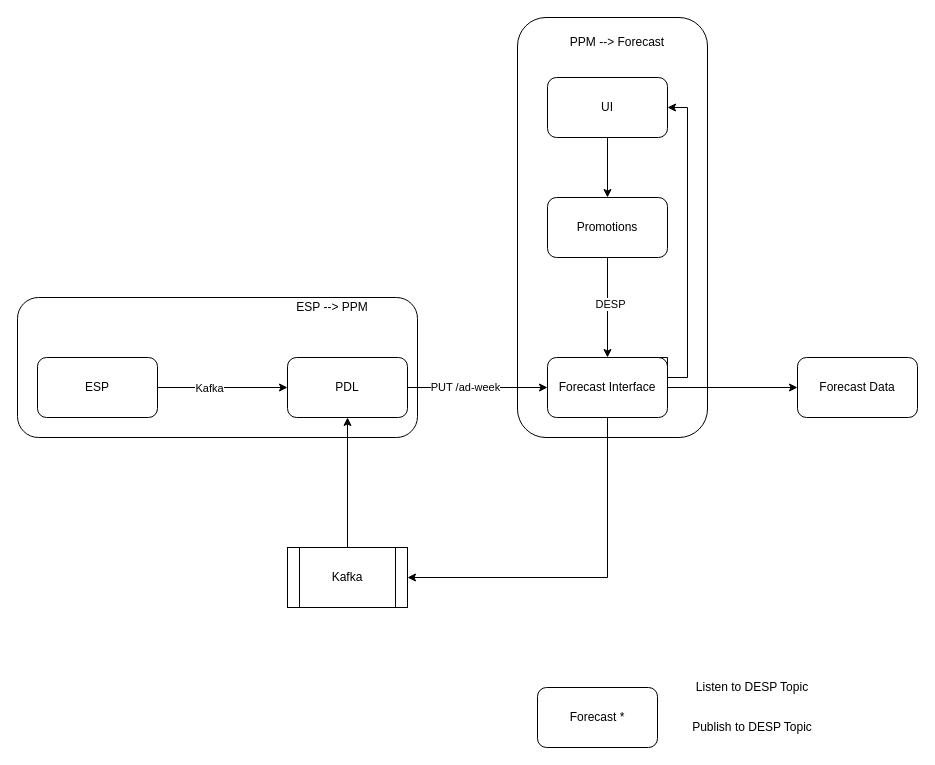
This is page "Sync Back" (6 of 6) of kroger.drawio from aayush-tuladhar-kr/drawio, a draw.io file, before an edit. Source tidied: cells renumbered, new cells numbered last; positions are measured from the earlier drawing's top-left corner, leaving out a move shared by most shapes. Both pictures are drawn from the tidied source at 100%, with x=0, y=0 at pixel (17, 17).
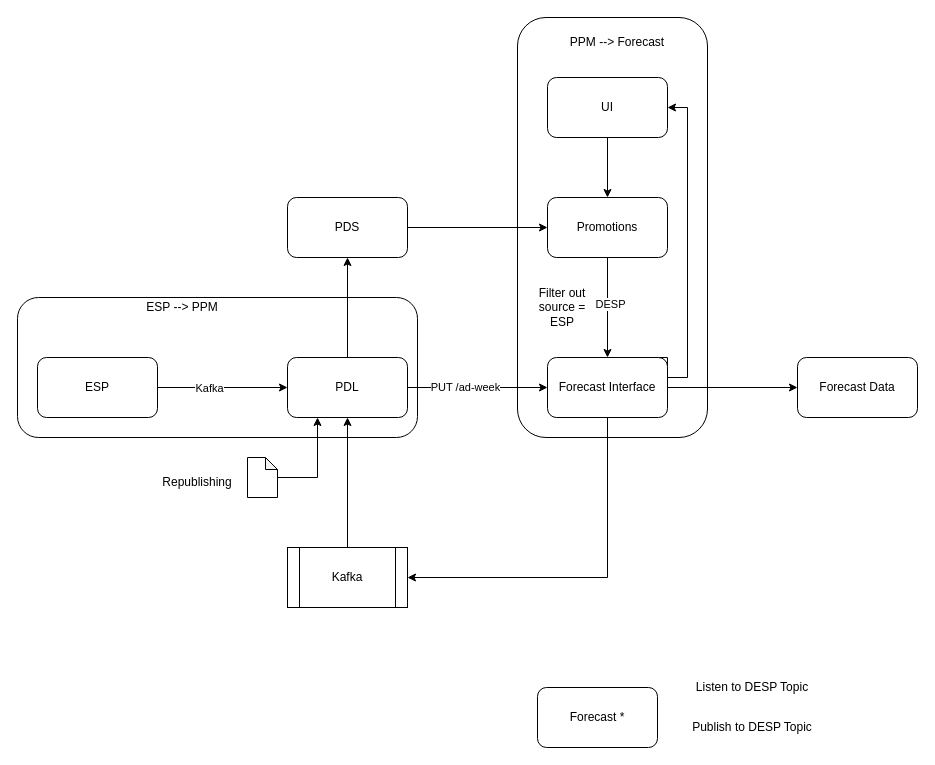
The same page after the edit.

The change refers to these unchanged cells:
```xml
<mxCell id="9" value="PDL" style="rounded=1;whiteSpace=wrap;html=1;" parent="1" vertex="1">
  <mxGeometry x="270" y="340" width="120" height="60" as="geometry" />
</mxCell>
<mxCell id="16" value="Promotions" style="rounded=1;whiteSpace=wrap;html=1;" parent="1" vertex="1">
  <mxGeometry x="530" y="180" width="120" height="60" as="geometry" />
</mxCell>
```

Change to the diagram source:
```diff
@@
+    <mxCell id="27" style="edgeStyle=orthogonalEdgeStyle;rounded=0;jettySize=auto;html=1;" parent="1" edge="1" source="9" target="29">
+      <mxGeometry relative="1" as="geometry" />
+    </mxCell>
@@
     <mxCell id="18" value="ESP --&amp;gt; PPM" style="text;html=1;align=center;verticalAlign=middle;whiteSpace=wrap;rounded=0;" parent="1" vertex="1">
-      <mxGeometry x="250" y="280" width="130" height="20" as="geometry" />
+      <mxGeometry x="100" y="280" width="130" height="20" as="geometry" />
     </mxCell>
@@
+    <mxCell id="28" style="edgeStyle=orthogonalEdgeStyle;rounded=0;jettySize=auto;html=1;" parent="1" edge="1" source="29" target="16">
+      <mxGeometry relative="1" as="geometry" />
+    </mxCell>
+    <mxCell id="29" value="PDS" style="rounded=1;whiteSpace=wrap;html=1;" parent="1" vertex="1">
+      <mxGeometry x="270" y="180" width="120" height="60" as="geometry" />
+    </mxCell>
+    <mxCell id="30" style="edgeStyle=orthogonalEdgeStyle;rounded=0;jettySize=auto;html=1;entryX=0.25;entryY=1;entryDx=0;entryDy=0;" parent="1" edge="1" source="31" target="9">
+      <mxGeometry relative="1" as="geometry" />
+    </mxCell>
+    <mxCell id="31" style="shape=note;whiteSpace=wrap;html=1;backgroundOutline=1;darkOpacity=0.05;size=12;" parent="1" vertex="1">
+      <mxGeometry x="230" y="440" width="30" height="40" as="geometry" />
+    </mxCell>
+    <mxCell id="32" value="Republishing" style="text;html=1;align=center;verticalAlign=middle;whiteSpace=wrap;rounded=0;" parent="1" vertex="1">
+      <mxGeometry x="150" y="450" width="60" height="30" as="geometry" />
+    </mxCell>
+    <mxCell id="33" value="Filter out source = ESP" style="text;html=1;align=center;verticalAlign=middle;whiteSpace=wrap;rounded=0;" parent="1" vertex="1">
+      <mxGeometry x="520" y="282.5" width="50" height="15" as="geometry" />
+    </mxCell>
```
